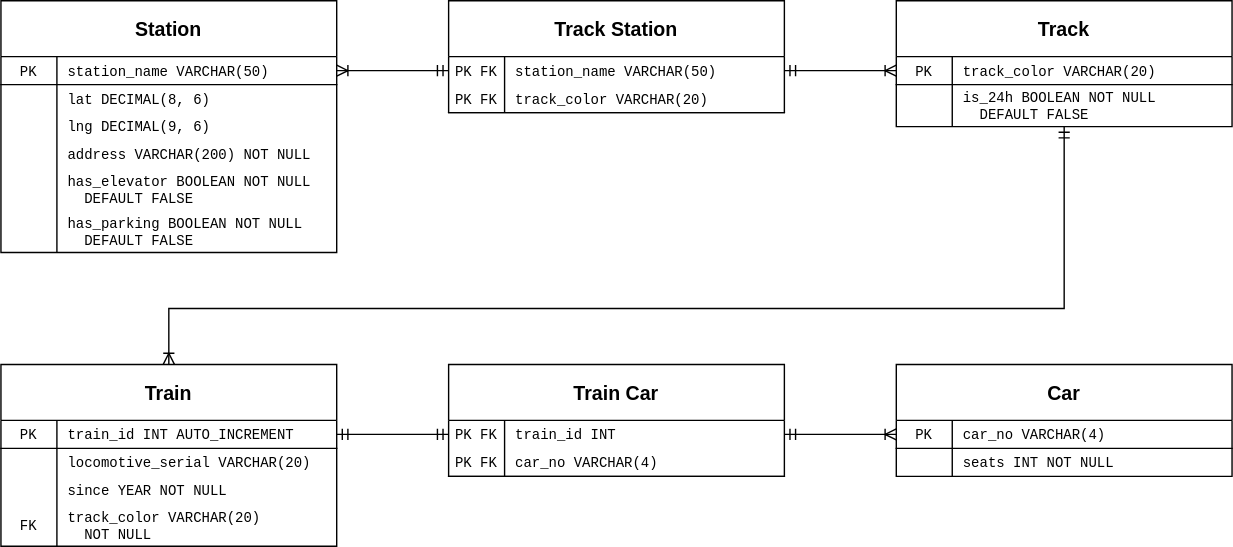
This is assignments/hw5/diagram1.svg from hanggrian/IIT-ITM515, a draw.io export, as it was before one commit. Source tidied: cells renumbered, new cells last; positions are measured from the earlier drawing's top-left corner, leaving out a move shared by most shapes. Source of this version:
```xml
<mxGraphModel>
  <root>
    <mxCell id="0" />
    <mxCell id="1" parent="0" />
    <mxCell id="2" value="Station" style="shape=table;startSize=40;rowLines=0;fontStyle=1;align=center;fontSize=14;swimlaneFillColor=none;fontFamily=Helvetica;" parent="1" vertex="1">
      <mxGeometry width="240" height="180" as="geometry" />
    </mxCell>
    <mxCell id="3" style="shape=partialRectangle;fillColor=none;points=[[0,0.5],[1,0.5]];portConstraint=eastwest;top=0;left=0;right=0;bottom=1;fontSize=10;fontFamily=Courier New;" parent="2" vertex="1">
      <mxGeometry y="40" width="240" height="20" as="geometry" />
    </mxCell>
    <mxCell id="4" value="PK" style="shape=partialRectangle;overflow=hidden;fillColor=none;top=0;left=0;bottom=0;right=0;fontStyle=0;fontSize=10;fontFamily=Courier New;" parent="3" vertex="1">
      <mxGeometry width="40" height="20" as="geometry" />
    </mxCell>
    <mxCell id="5" value="station_name VARCHAR(50)" style="shape=partialRectangle;overflow=hidden;fillColor=none;top=0;left=0;bottom=0;right=0;align=left;spacingLeft=6;fontStyle=0;fontSize=10;fontFamily=Courier New;" parent="3" vertex="1">
      <mxGeometry x="40" width="200" height="20" as="geometry" />
    </mxCell>
    <mxCell id="6" style="shape=partialRectangle;fillColor=none;top=0;left=0;right=0;bottom=0;fontSize=10;fontFamily=Courier New;" parent="2" vertex="1">
      <mxGeometry y="60" width="240" height="20" as="geometry" />
    </mxCell>
    <mxCell id="7" style="shape=partialRectangle;overflow=hidden;fillColor=none;top=0;left=0;bottom=0;right=0;fontSize=10;fontFamily=Courier New;" parent="6" vertex="1">
      <mxGeometry width="40" height="20" as="geometry" />
    </mxCell>
    <mxCell id="8" value="lat DECIMAL(8, 6)" style="shape=partialRectangle;overflow=hidden;fillColor=none;top=0;left=0;bottom=0;right=0;align=left;spacingLeft=6;fontSize=10;fontStyle=0;fontFamily=Courier New;" parent="6" vertex="1">
      <mxGeometry x="40" width="200" height="20" as="geometry" />
    </mxCell>
    <mxCell id="9" style="shape=tableRow;horizontal=0;startSize=0;swimlaneHead=0;swimlaneBody=0;fillColor=none;top=0;left=0;right=0;bottom=0;" parent="2" vertex="1">
      <mxGeometry y="80" width="240" height="20" as="geometry" />
    </mxCell>
    <mxCell id="10" style="shape=partialRectangle;fillColor=none;top=0;left=0;bottom=0;right=0;overflow=hidden;fontSize=10;fontFamily=Courier New;" parent="9" vertex="1">
      <mxGeometry width="40" height="20" as="geometry" />
    </mxCell>
    <mxCell id="11" value="lng DECIMAL(9, 6)" style="shape=partialRectangle;fillColor=none;top=0;left=0;bottom=0;right=0;align=left;spacingLeft=6;overflow=hidden;fontSize=10;fontFamily=Courier New;" parent="9" vertex="1">
      <mxGeometry x="40" width="200" height="20" as="geometry" />
    </mxCell>
    <mxCell id="12" style="shape=tableRow;horizontal=0;startSize=0;swimlaneHead=0;swimlaneBody=0;fillColor=none;top=0;left=0;right=0;bottom=0;" parent="2" vertex="1">
      <mxGeometry y="100" width="240" height="20" as="geometry" />
    </mxCell>
    <mxCell id="13" style="shape=partialRectangle;fillColor=none;top=0;left=0;bottom=0;right=0;overflow=hidden;fontSize=10;fontFamily=Courier New;" parent="12" vertex="1">
      <mxGeometry width="40" height="20" as="geometry" />
    </mxCell>
    <mxCell id="14" value="address VARCHAR(200) NOT NULL" style="shape=partialRectangle;fillColor=none;top=0;left=0;bottom=0;right=0;align=left;spacingLeft=6;overflow=hidden;fontSize=10;fontFamily=Courier New;" parent="12" vertex="1">
      <mxGeometry x="40" width="200" height="20" as="geometry" />
    </mxCell>
    <mxCell id="15" style="shape=tableRow;horizontal=0;startSize=0;swimlaneHead=0;swimlaneBody=0;fillColor=none;top=0;left=0;right=0;bottom=0;" parent="2" vertex="1">
      <mxGeometry y="120" width="240" height="30" as="geometry" />
    </mxCell>
    <mxCell id="16" style="shape=partialRectangle;fillColor=none;top=0;left=0;bottom=0;right=0;overflow=hidden;fontSize=10;fontFamily=Courier New;" parent="15" vertex="1">
      <mxGeometry width="40" height="30" as="geometry" />
    </mxCell>
    <mxCell id="17" value="has_elevator BOOLEAN NOT NULL&#10;  DEFAULT FALSE" style="shape=partialRectangle;fillColor=none;top=0;left=0;bottom=0;right=0;align=left;spacingLeft=6;overflow=hidden;fontSize=10;fontFamily=Courier New;" parent="15" vertex="1">
      <mxGeometry x="40" width="200" height="30" as="geometry" />
    </mxCell>
    <mxCell id="18" style="shape=tableRow;horizontal=0;startSize=0;swimlaneHead=0;swimlaneBody=0;fillColor=none;top=0;left=0;right=0;bottom=0;" parent="2" vertex="1">
      <mxGeometry y="150" width="240" height="30" as="geometry" />
    </mxCell>
    <mxCell id="19" style="shape=partialRectangle;fillColor=none;top=0;left=0;bottom=0;right=0;overflow=hidden;fontSize=10;fontFamily=Courier New;" parent="18" vertex="1">
      <mxGeometry width="40" height="30" as="geometry" />
    </mxCell>
    <mxCell id="20" value="has_parking BOOLEAN NOT NULL&#10;  DEFAULT FALSE" style="shape=partialRectangle;fillColor=none;top=0;left=0;bottom=0;right=0;align=left;spacingLeft=6;overflow=hidden;fontSize=10;fontFamily=Courier New;" parent="18" vertex="1">
      <mxGeometry x="40" width="200" height="30" as="geometry" />
    </mxCell>
    <mxCell id="21" value="Track" style="shape=table;startSize=40;rowLines=0;fontStyle=1;align=center;fontSize=14;swimlaneFillColor=none;fontFamily=Helvetica;" parent="1" vertex="1">
      <mxGeometry x="640" width="240" height="90" as="geometry" />
    </mxCell>
    <mxCell id="22" style="shape=partialRectangle;fillColor=none;points=[[0,0.5],[1,0.5]];portConstraint=eastwest;top=0;left=0;right=0;bottom=1;fontSize=10;fontFamily=Courier New;" parent="21" vertex="1">
      <mxGeometry y="40" width="240" height="20" as="geometry" />
    </mxCell>
    <mxCell id="23" value="PK" style="shape=partialRectangle;overflow=hidden;fillColor=none;top=0;left=0;bottom=0;right=0;fontStyle=0;fontSize=10;fontFamily=Courier New;" parent="22" vertex="1">
      <mxGeometry width="40" height="20" as="geometry" />
    </mxCell>
    <mxCell id="24" value="track_color VARCHAR(20)" style="shape=partialRectangle;overflow=hidden;fillColor=none;top=0;left=0;bottom=0;right=0;align=left;spacingLeft=6;fontStyle=0;fontSize=10;fontFamily=Courier New;" parent="22" vertex="1">
      <mxGeometry x="40" width="200" height="20" as="geometry" />
    </mxCell>
    <mxCell id="25" style="shape=partialRectangle;fillColor=none;points=[[0,0.5],[1,0.5]];portConstraint=eastwest;top=0;left=0;right=0;bottom=0;fontSize=10;fontFamily=Courier New;" parent="21" vertex="1">
      <mxGeometry y="60" width="240" height="30" as="geometry" />
    </mxCell>
    <mxCell id="26" style="shape=partialRectangle;overflow=hidden;fillColor=none;top=0;left=0;bottom=0;right=0;fontSize=10;fontFamily=Courier New;" parent="25" vertex="1">
      <mxGeometry width="40" height="30" as="geometry" />
    </mxCell>
    <mxCell id="27" value="is_24h BOOLEAN NOT NULL&#10;  DEFAULT FALSE" style="shape=partialRectangle;overflow=hidden;fillColor=none;top=0;left=0;bottom=0;right=0;align=left;spacingLeft=6;fontSize=10;fontStyle=0;fontFamily=Courier New;" parent="25" vertex="1">
      <mxGeometry x="40" width="200" height="30" as="geometry" />
    </mxCell>
    <mxCell id="28" value="Track Station" style="shape=table;startSize=40;rowLines=0;fontStyle=1;align=center;fontSize=14;swimlaneFillColor=none;fontFamily=Helvetica;" parent="1" vertex="1">
      <mxGeometry x="320" width="240" height="80" as="geometry" />
    </mxCell>
    <mxCell id="29" style="shape=tableRow;horizontal=0;startSize=0;swimlaneHead=0;swimlaneBody=0;fillColor=none;points=[[0,0.5],[1,0.5]];portConstraint=eastwest;top=0;left=0;right=0;bottom=0;" parent="28" vertex="1">
      <mxGeometry y="40" width="240" height="20" as="geometry" />
    </mxCell>
    <mxCell id="30" value="PK FK" style="shape=partialRectangle;fillColor=none;top=0;left=0;bottom=0;right=0;overflow=hidden;fontSize=10;fontFamily=Courier New;" parent="29" vertex="1">
      <mxGeometry width="40" height="20" as="geometry" />
    </mxCell>
    <mxCell id="31" value="station_name VARCHAR(50)" style="shape=partialRectangle;fillColor=none;top=0;left=0;bottom=0;right=0;align=left;spacingLeft=6;overflow=hidden;fontSize=10;fontFamily=Courier New;" parent="29" vertex="1">
      <mxGeometry x="40" width="200" height="20" as="geometry" />
    </mxCell>
    <mxCell id="32" style="shape=partialRectangle;fillColor=none;top=0;left=0;right=0;bottom=1;fontSize=10;fontFamily=Courier New;" parent="28" vertex="1">
      <mxGeometry y="60" width="240" height="20" as="geometry" />
    </mxCell>
    <mxCell id="33" value="PK FK" style="shape=partialRectangle;overflow=hidden;fillColor=none;top=0;left=0;bottom=0;right=0;fontStyle=0;fontSize=10;fontFamily=Courier New;" parent="32" vertex="1">
      <mxGeometry width="40" height="20" as="geometry" />
    </mxCell>
    <mxCell id="34" value="track_color VARCHAR(20)" style="shape=partialRectangle;overflow=hidden;fillColor=none;top=0;left=0;bottom=0;right=0;align=left;spacingLeft=6;fontStyle=0;fontSize=10;fontFamily=Courier New;" parent="32" vertex="1">
      <mxGeometry x="40" width="200" height="20" as="geometry" />
    </mxCell>
    <mxCell id="35" style="edgeStyle=orthogonalEdgeStyle;fontSize=12;html=1;endArrow=ERoneToMany;startArrow=ERmandOne;rounded=0;exitX=1;exitY=0.5;exitDx=0;exitDy=0;entryX=0;entryY=0.5;entryDx=0;entryDy=0;" parent="1" edge="1" source="29" target="22">
      <mxGeometry relative="1" as="geometry" />
    </mxCell>
    <mxCell id="36" style="edgeStyle=orthogonalEdgeStyle;fontSize=12;html=1;endArrow=ERoneToMany;startArrow=ERmandOne;rounded=0;exitX=0;exitY=0.5;exitDx=0;exitDy=0;entryX=1;entryY=0.5;entryDx=0;entryDy=0;" parent="1" edge="1" source="29" target="3">
      <mxGeometry relative="1" as="geometry" />
    </mxCell>
    <mxCell id="37" value="Car" style="shape=table;startSize=40;rowLines=0;fontStyle=1;align=center;fontSize=14;swimlaneFillColor=none;fontFamily=Helvetica;" parent="1" vertex="1">
      <mxGeometry x="640" y="260" width="240" height="80" as="geometry" />
    </mxCell>
    <mxCell id="38" style="shape=partialRectangle;fillColor=none;points=[[0,0.5],[1,0.5]];portConstraint=eastwest;top=0;left=0;right=0;bottom=1;fontSize=10;fontFamily=Courier New;" parent="37" vertex="1">
      <mxGeometry y="40" width="240" height="20" as="geometry" />
    </mxCell>
    <mxCell id="39" value="PK" style="shape=partialRectangle;overflow=hidden;fillColor=none;top=0;left=0;bottom=0;right=0;fontStyle=0;fontSize=10;fontFamily=Courier New;" parent="38" vertex="1">
      <mxGeometry width="40" height="20" as="geometry" />
    </mxCell>
    <mxCell id="40" value="car_no VARCHAR(4)" style="shape=partialRectangle;overflow=hidden;fillColor=none;top=0;left=0;bottom=0;right=0;align=left;spacingLeft=6;fontStyle=0;fontSize=10;fontFamily=Courier New;" parent="38" vertex="1">
      <mxGeometry x="40" width="200" height="20" as="geometry" />
    </mxCell>
    <mxCell id="41" style="shape=partialRectangle;fillColor=none;top=0;left=0;right=0;bottom=0;fontSize=10;fontFamily=Courier New;" parent="37" vertex="1">
      <mxGeometry y="60" width="240" height="20" as="geometry" />
    </mxCell>
    <mxCell id="42" style="shape=partialRectangle;overflow=hidden;fillColor=none;top=0;left=0;bottom=0;right=0;fontSize=10;fontFamily=Courier New;" parent="41" vertex="1">
      <mxGeometry width="40" height="20" as="geometry" />
    </mxCell>
    <mxCell id="43" value="seats INT NOT NULL" style="shape=partialRectangle;overflow=hidden;fillColor=none;top=0;left=0;bottom=0;right=0;align=left;spacingLeft=6;fontSize=10;fontStyle=0;fontFamily=Courier New;" parent="41" vertex="1">
      <mxGeometry x="40" width="200" height="20" as="geometry" />
    </mxCell>
    <mxCell id="44" value="Train Car" style="shape=table;startSize=40;rowLines=0;fontStyle=1;align=center;fontSize=14;swimlaneFillColor=none;fontFamily=Helvetica;" parent="1" vertex="1">
      <mxGeometry x="320" y="260" width="240" height="80" as="geometry" />
    </mxCell>
    <mxCell id="45" style="shape=tableRow;horizontal=0;startSize=0;swimlaneHead=0;swimlaneBody=0;fillColor=none;points=[[0,0.5],[1,0.5]];portConstraint=eastwest;top=0;left=0;right=0;bottom=0;" parent="44" vertex="1">
      <mxGeometry y="40" width="240" height="20" as="geometry" />
    </mxCell>
    <mxCell id="46" value="PK FK" style="shape=partialRectangle;fillColor=none;top=0;left=0;bottom=0;right=0;overflow=hidden;fontSize=10;fontFamily=Courier New;" parent="45" vertex="1">
      <mxGeometry width="40" height="20" as="geometry" />
    </mxCell>
    <mxCell id="47" value="train_id INT" style="shape=partialRectangle;fillColor=none;top=0;left=0;bottom=0;right=0;align=left;spacingLeft=6;overflow=hidden;fontSize=10;fontFamily=Courier New;" parent="45" vertex="1">
      <mxGeometry x="40" width="200" height="20" as="geometry" />
    </mxCell>
    <mxCell id="48" style="shape=partialRectangle;fillColor=none;top=0;left=0;right=0;bottom=1;fontSize=10;fontFamily=Courier New;" parent="44" vertex="1">
      <mxGeometry y="60" width="240" height="20" as="geometry" />
    </mxCell>
    <mxCell id="49" value="PK FK" style="shape=partialRectangle;overflow=hidden;fillColor=none;top=0;left=0;bottom=0;right=0;fontStyle=0;fontSize=10;fontFamily=Courier New;" parent="48" vertex="1">
      <mxGeometry width="40" height="20" as="geometry" />
    </mxCell>
    <mxCell id="50" value="car_no VARCHAR(4)" style="shape=partialRectangle;overflow=hidden;fillColor=none;top=0;left=0;bottom=0;right=0;align=left;spacingLeft=6;fontStyle=0;fontSize=10;fontFamily=Courier New;" parent="48" vertex="1">
      <mxGeometry x="40" width="200" height="20" as="geometry" />
    </mxCell>
    <mxCell id="51" style="edgeStyle=orthogonalEdgeStyle;fontSize=12;html=1;endArrow=ERoneToMany;startArrow=ERmandOne;rounded=0;exitX=1;exitY=0.5;exitDx=0;exitDy=0;entryX=0;entryY=0.5;entryDx=0;entryDy=0;" parent="1" edge="1" source="45" target="38">
      <mxGeometry relative="1" as="geometry" />
    </mxCell>
    <mxCell id="52" style="edgeStyle=orthogonalEdgeStyle;fontSize=12;html=1;endArrow=ERmandOne;startArrow=ERmandOne;rounded=0;entryX=0;entryY=0.5;entryDx=0;entryDy=0;exitX=1;exitY=0.5;exitDx=0;exitDy=0;" parent="1" edge="1" source="55" target="45">
      <mxGeometry relative="1" as="geometry" />
    </mxCell>
    <mxCell id="53" style="edgeStyle=orthogonalEdgeStyle;fontSize=12;html=1;endArrow=ERoneToMany;startArrow=ERmandOne;rounded=0;exitX=0.5;exitY=1.002;exitDx=0;exitDy=0;exitPerimeter=0;entryX=0.5;entryY=0;entryDx=0;entryDy=0;" parent="1" edge="1" source="25" target="54">
      <mxGeometry relative="1" as="geometry">
        <Array as="points">
          <mxPoint x="760" y="220" />
          <mxPoint x="120" y="220" />
        </Array>
      </mxGeometry>
    </mxCell>
    <mxCell id="54" value="Train" style="shape=table;startSize=40;rowLines=0;fontStyle=1;align=center;fontSize=14;swimlaneFillColor=none;fontFamily=Helvetica;" parent="1" vertex="1">
      <mxGeometry y="260" width="240" height="130" as="geometry" />
    </mxCell>
    <mxCell id="55" style="shape=partialRectangle;fillColor=none;points=[[0,0.5],[1,0.5]];portConstraint=eastwest;top=0;left=0;right=0;bottom=1;fontSize=10;fontFamily=Courier New;" parent="54" vertex="1">
      <mxGeometry y="40" width="240" height="20" as="geometry" />
    </mxCell>
    <mxCell id="56" value="PK" style="shape=partialRectangle;overflow=hidden;fillColor=none;top=0;left=0;bottom=0;right=0;fontStyle=0;fontSize=10;fontFamily=Courier New;" parent="55" vertex="1">
      <mxGeometry width="40" height="20" as="geometry" />
    </mxCell>
    <mxCell id="57" value="train_id INT AUTO_INCREMENT" style="shape=partialRectangle;overflow=hidden;fillColor=none;top=0;left=0;bottom=0;right=0;align=left;spacingLeft=6;fontStyle=0;fontSize=10;fontFamily=Courier New;" parent="55" vertex="1">
      <mxGeometry x="40" width="200" height="20" as="geometry" />
    </mxCell>
    <mxCell id="58" style="shape=partialRectangle;fillColor=none;top=0;left=0;right=0;bottom=0;fontSize=10;fontFamily=Courier New;" parent="54" vertex="1">
      <mxGeometry y="60" width="240" height="20" as="geometry" />
    </mxCell>
    <mxCell id="59" style="shape=partialRectangle;overflow=hidden;fillColor=none;top=0;left=0;bottom=0;right=0;fontSize=10;fontFamily=Courier New;" parent="58" vertex="1">
      <mxGeometry width="40" height="20" as="geometry" />
    </mxCell>
    <mxCell id="60" value="locomotive_serial VARCHAR(20)" style="shape=partialRectangle;overflow=hidden;fillColor=none;top=0;left=0;bottom=0;right=0;align=left;spacingLeft=6;fontSize=10;fontStyle=0;fontFamily=Courier New;" parent="58" vertex="1">
      <mxGeometry x="40" width="200" height="20" as="geometry" />
    </mxCell>
    <mxCell id="61" style="shape=tableRow;horizontal=0;startSize=0;swimlaneHead=0;swimlaneBody=0;fillColor=none;top=0;left=0;right=0;bottom=0;" parent="54" vertex="1">
      <mxGeometry y="80" width="240" height="20" as="geometry" />
    </mxCell>
    <mxCell id="62" style="shape=partialRectangle;fillColor=none;top=0;left=0;bottom=0;right=0;overflow=hidden;fontSize=10;fontFamily=Courier New;" parent="61" vertex="1">
      <mxGeometry width="40" height="20" as="geometry" />
    </mxCell>
    <mxCell id="63" value="since YEAR NOT NULL" style="shape=partialRectangle;fillColor=none;top=0;left=0;bottom=0;right=0;align=left;spacingLeft=6;overflow=hidden;fontSize=10;fontFamily=Courier New;" parent="61" vertex="1">
      <mxGeometry x="40" width="200" height="20" as="geometry" />
    </mxCell>
    <mxCell id="64" style="shape=tableRow;horizontal=0;startSize=0;swimlaneHead=0;swimlaneBody=0;fillColor=none;top=0;left=0;right=0;bottom=0;" parent="54" vertex="1">
      <mxGeometry y="100" width="240" height="30" as="geometry" />
    </mxCell>
    <mxCell id="65" value="FK" style="shape=partialRectangle;fillColor=none;top=0;left=0;bottom=0;right=0;overflow=hidden;fontSize=10;fontFamily=Courier New;" parent="64" vertex="1">
      <mxGeometry width="40" height="30" as="geometry" />
    </mxCell>
    <mxCell id="66" value="track_color VARCHAR(20)&#10;  NOT NULL" style="shape=partialRectangle;fillColor=none;top=0;left=0;bottom=0;right=0;align=left;spacingLeft=6;overflow=hidden;fontSize=10;fontFamily=Courier New;" parent="64" vertex="1">
      <mxGeometry x="40" width="200" height="30" as="geometry" />
    </mxCell>
  </root>
</mxGraphModel>
```
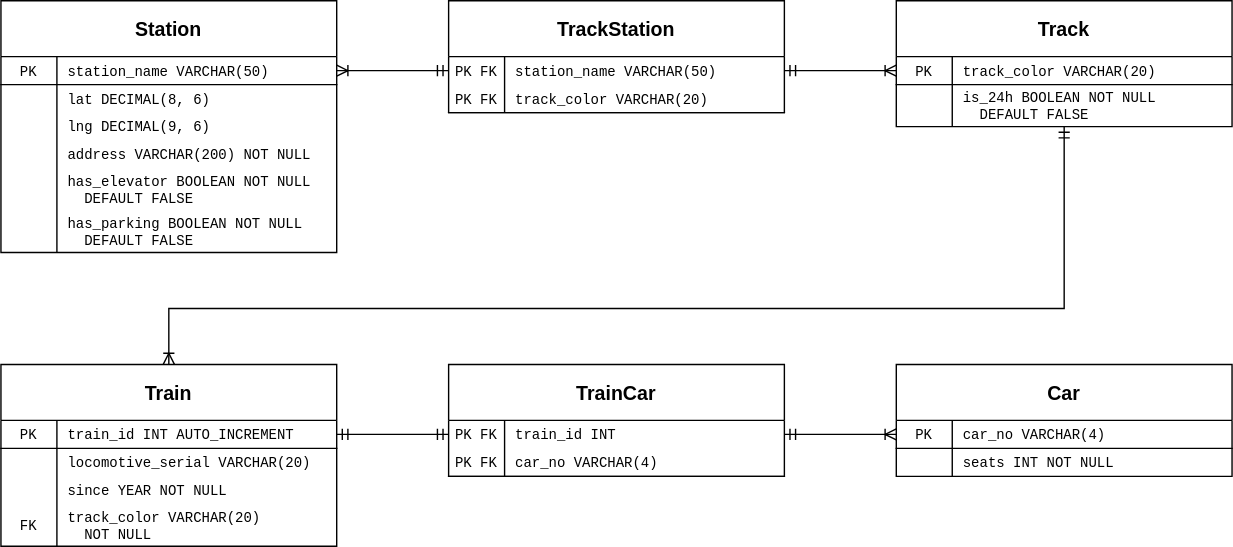
The same file after the commit.

Diff of the diagram source:
```diff
@@ -80,7 +80,7 @@
     <mxCell id="27" value="is_24h BOOLEAN NOT NULL&#10;  DEFAULT FALSE" style="shape=partialRectangle;overflow=hidden;fillColor=none;top=0;left=0;bottom=0;right=0;align=left;spacingLeft=6;fontSize=10;fontStyle=0;fontFamily=Courier New;" parent="25" vertex="1">
       <mxGeometry x="40" width="200" height="30" as="geometry" />
     </mxCell>
-    <mxCell id="28" value="Track Station" style="shape=table;startSize=40;rowLines=0;fontStyle=1;align=center;fontSize=14;swimlaneFillColor=none;fontFamily=Helvetica;" parent="1" vertex="1">
+    <mxCell id="28" value="TrackStation" style="shape=table;startSize=40;rowLines=0;fontStyle=1;align=center;fontSize=14;swimlaneFillColor=none;fontFamily=Helvetica;" parent="1" vertex="1">
       <mxGeometry x="320" width="240" height="80" as="geometry" />
     </mxCell>
     <mxCell id="29" style="shape=tableRow;horizontal=0;startSize=0;swimlaneHead=0;swimlaneBody=0;fillColor=none;points=[[0,0.5],[1,0.5]];portConstraint=eastwest;top=0;left=0;right=0;bottom=0;" parent="28" vertex="1">
@@ -128,7 +128,7 @@
     <mxCell id="43" value="seats INT NOT NULL" style="shape=partialRectangle;overflow=hidden;fillColor=none;top=0;left=0;bottom=0;right=0;align=left;spacingLeft=6;fontSize=10;fontStyle=0;fontFamily=Courier New;" parent="41" vertex="1">
       <mxGeometry x="40" width="200" height="20" as="geometry" />
     </mxCell>
-    <mxCell id="44" value="Train Car" style="shape=table;startSize=40;rowLines=0;fontStyle=1;align=center;fontSize=14;swimlaneFillColor=none;fontFamily=Helvetica;" parent="1" vertex="1">
+    <mxCell id="44" value="TrainCar" style="shape=table;startSize=40;rowLines=0;fontStyle=1;align=center;fontSize=14;swimlaneFillColor=none;fontFamily=Helvetica;" parent="1" vertex="1">
       <mxGeometry x="320" y="260" width="240" height="80" as="geometry" />
     </mxCell>
     <mxCell id="45" style="shape=tableRow;horizontal=0;startSize=0;swimlaneHead=0;swimlaneBody=0;fillColor=none;points=[[0,0.5],[1,0.5]];portConstraint=eastwest;top=0;left=0;right=0;bottom=0;" parent="44" vertex="1">
```
